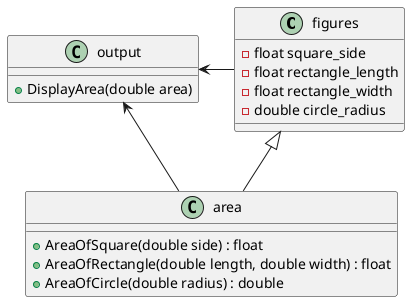
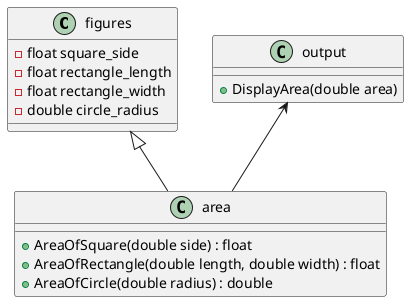
@startuml
class figures{
    - float square_side
    - float rectangle_length
    - float rectangle_width
    - double circle_radius
}
class area{
    + AreaOfSquare(double side) : float
    + AreaOfRectangle(double length, double width) : float
    + AreaOfCircle(double radius) : double
}
class output{
    + DisplayArea(double area)
}
figures <|-- area
output <-- area
- output <- figures



- @enduml+ @enduml
